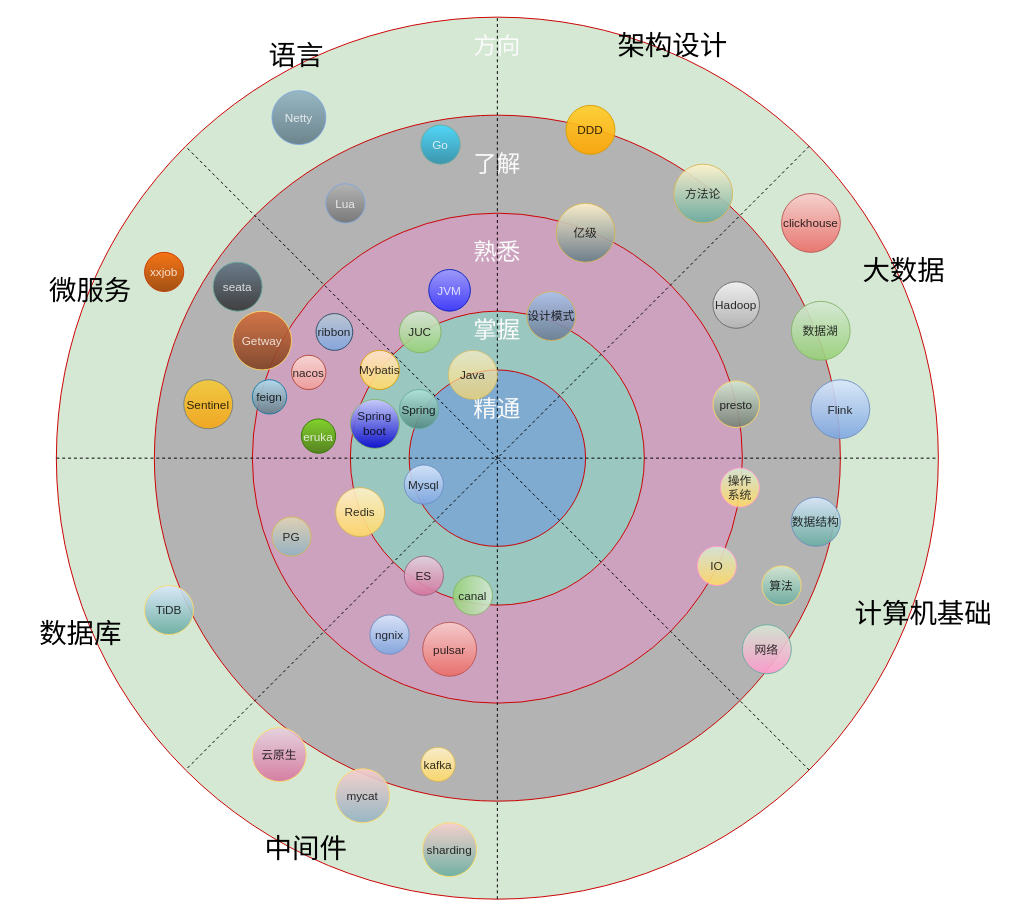
Above: notes/self/专业技能雷达图.drawio in zhangjukai/Go-Gad (draw.io), before the change. Source tidied: cells renumbered, new cells numbered last; positions are measured from the earlier drawing's top-left corner, leaving out a move shared by most shapes. Both pictures are drawn from the tidied source at 98%, with x=0, y=0 at pixel (17, 17).
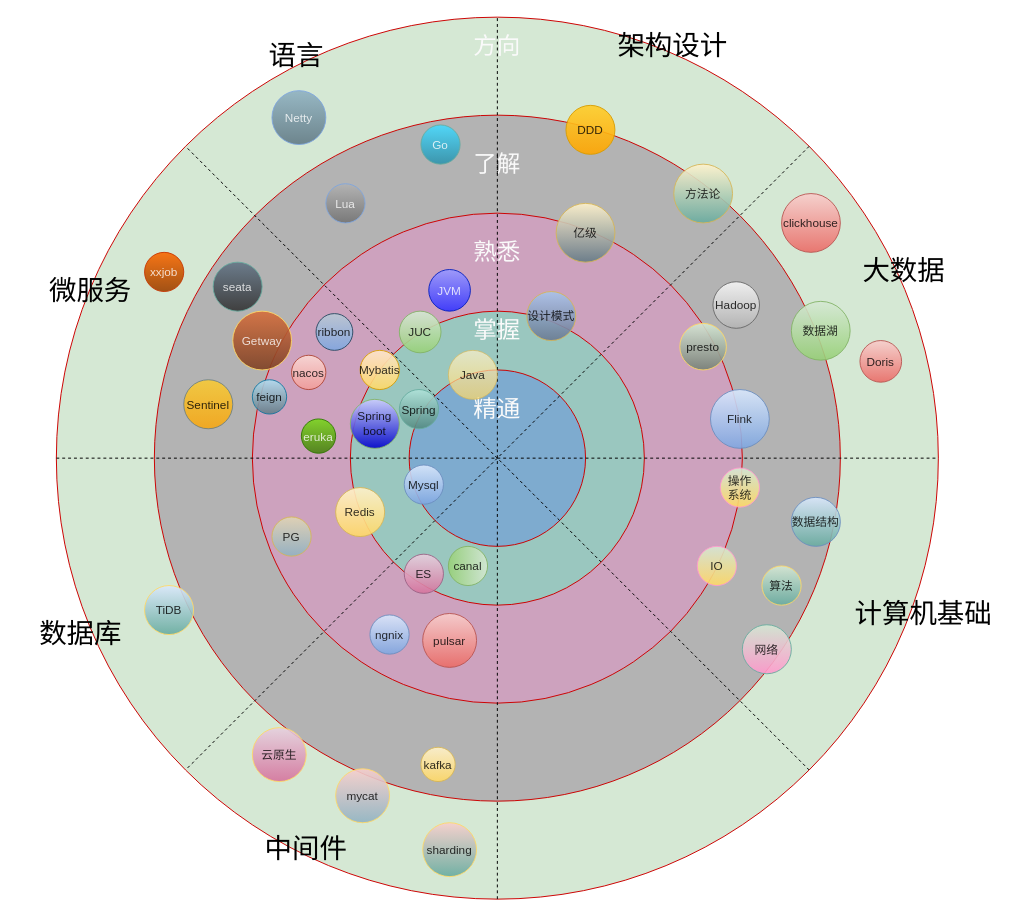
The same page after the edit.

Change to the diagram source:
```diff
@@
     <mxCell id="24" value="ES" style="ellipse;fillColor=#e6d0de;fontSize=12;strokeColor=#996185;textOpacity=80;shadow=0;sketch=0;opacity=90;gradientColor=#d5739d;" parent="1" vertex="1">
-      <mxGeometry x="395" y="550" width="40" height="40" as="geometry" />
+      <mxGeometry x="395" y="548" width="40" height="40" as="geometry" />
     </mxCell>
@@
     <mxCell id="38" value="pulsar" style="ellipse;fillColor=#f8cecc;fontSize=12;strokeColor=#b85450;textOpacity=80;shadow=0;sketch=0;opacity=90;gradientColor=#ea6b66;" parent="1" vertex="1">
-      <mxGeometry x="413.8" y="617.5" width="55" height="55" as="geometry" />
+      <mxGeometry x="413.8" y="608.5" width="55" height="55" as="geometry" />
     </mxCell>
@@
     <mxCell id="40" value="canal" style="ellipse;fillColor=#d5e8d4;fontSize=12;strokeColor=#82b366;textOpacity=80;shadow=0;sketch=0;opacity=90;gradientColor=#97d077;direction=south;" parent="1" vertex="1">
-      <mxGeometry x="445" y="570" width="40" height="40" as="geometry" />
+      <mxGeometry x="440" y="540" width="40" height="40" as="geometry" />
     </mxCell>
@@
     <mxCell id="52" value="Flink" style="ellipse;fontSize=12;textOpacity=80;shadow=0;sketch=0;opacity=90;fillColor=#dae8fc;gradientColor=#7ea6e0;strokeColor=#6c8ebf;" parent="1" vertex="1">
-      <mxGeometry x="810" y="370" width="60" height="60" as="geometry" />
+      <mxGeometry x="707.5" y="380" width="60" height="60" as="geometry" />
     </mxCell>
     <mxCell id="53" value="presto" style="ellipse;fontSize=12;textOpacity=80;shadow=0;sketch=0;opacity=90;fillColor=#D5E8D4;gradientColor=#758075;strokeColor=#FFD966;" parent="1" vertex="1">
-      <mxGeometry x="710" y="371.2" width="47.5" height="47.5" as="geometry" />
+      <mxGeometry x="676.2" y="312.5" width="47.5" height="47.5" as="geometry" />
     </mxCell>
@@
+    <mxCell id="67" value="Doris" style="ellipse;fontSize=12;textOpacity=80;shadow=0;sketch=0;opacity=90;fillColor=#f8cecc;gradientColor=#ea6b66;strokeColor=#b85450;" parent="1" vertex="1">
+      <mxGeometry x="860" y="330" width="42.5" height="42.5" as="geometry" />
+    </mxCell>
```
